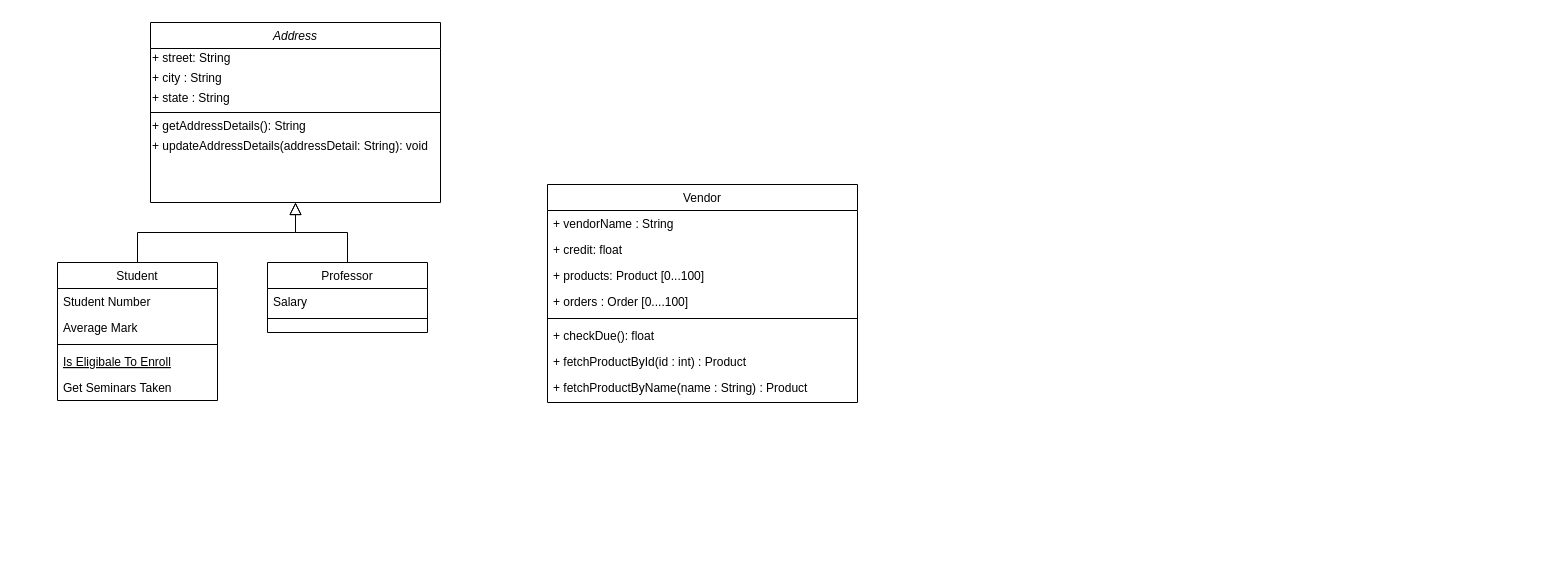
The draw.io diagram Untitled Diagram.drawio in akumar1997/First-Repository, before the edit. Source tidied: cells renumbered, new cells numbered last; positions are measured from the earlier drawing's top-left corner, leaving out a move shared by most shapes. Both pictures are drawn from the tidied source at 100%, with x=0, y=0 at pixel (57, 22).
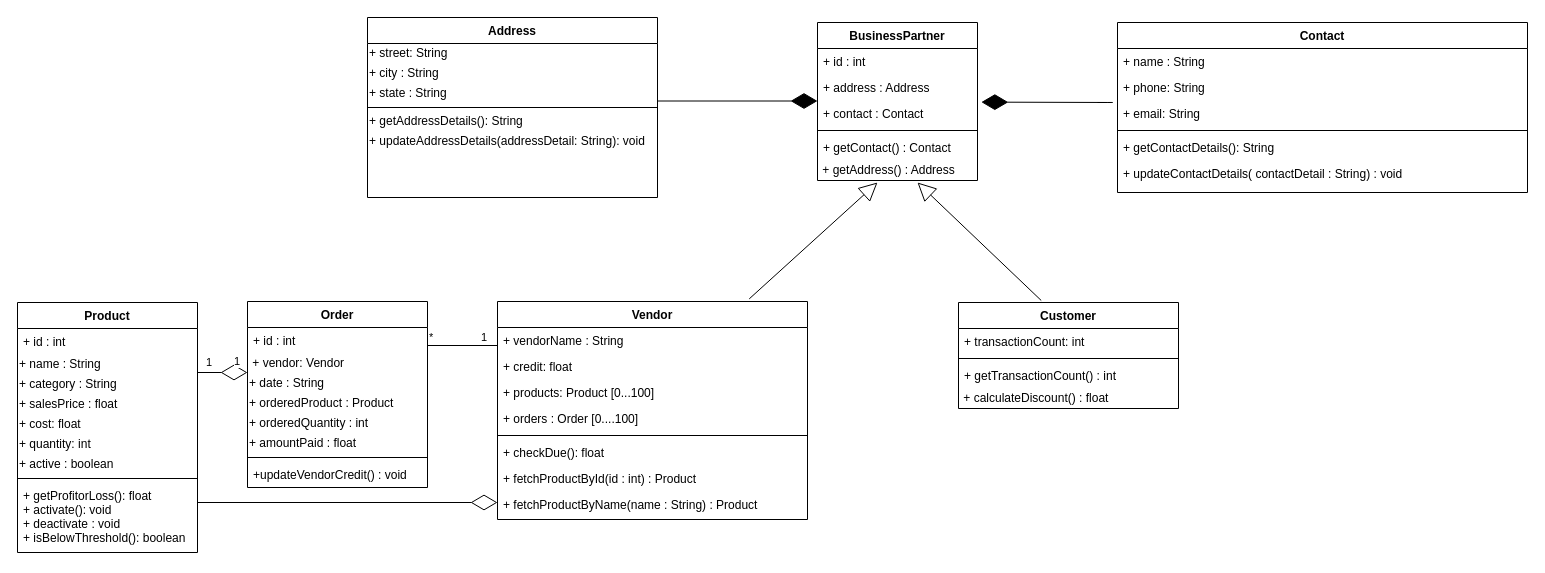
The same page after the edit.

Diff of the diagram source:
```diff
@@
-    <mxCell id="2" value="Address" style="swimlane;fontStyle=2;align=center;verticalAlign=top;horizontal=1;startSize=26;rounded=0;shadow=0;strokeWidth=1;" parent="1" vertex="1">
-      <mxGeometry x="93" width="290" height="180" as="geometry" />
+    <mxCell id="2" value="Address" style="swimlane;fontStyle=1;align=center;verticalAlign=top;horizontal=1;startSize=26;rounded=0;shadow=0;strokeWidth=1;" parent="1" vertex="1">
+      <mxGeometry x="310" y="-5" width="290" height="180" as="geometry" />
     </mxCell>
@@
-    <mxCell id="9" value="Student" style="swimlane;fontStyle=0;align=center;verticalAlign=top;horizontal=1;startSize=26;rounded=0;shadow=0;strokeWidth=1;" parent="1" vertex="1">
-      <mxGeometry y="240" width="160" height="138" as="geometry" />
-    </mxCell>
-    <mxCell id="10" value="Student Number" style="text;align=left;verticalAlign=top;spacingLeft=4;spacingRight=4;overflow=hidden;" parent="9" vertex="1">
-      <mxGeometry y="26" width="160" height="26" as="geometry" />
-    </mxCell>
-    <mxCell id="11" value="Average Mark" style="text;align=left;verticalAlign=top;spacingLeft=4;spacingRight=4;overflow=hidden;rounded=0;shadow=0;html=0;" parent="9" vertex="1">
-      <mxGeometry y="52" width="160" height="26" as="geometry" />
-    </mxCell>
-    <mxCell id="12" style="line;html=1;strokeWidth=1;align=left;verticalAlign=middle;spacingTop=-1;spacingLeft=3;spacingRight=3;labelPosition=right;" parent="9" vertex="1">
-      <mxGeometry y="78" width="160" height="8" as="geometry" />
-    </mxCell>
-    <mxCell id="13" value="Is Eligibale To Enroll" style="text;align=left;verticalAlign=top;spacingLeft=4;spacingRight=4;overflow=hidden;fontStyle=4;" parent="9" vertex="1">
-      <mxGeometry y="86" width="160" height="26" as="geometry" />
-    </mxCell>
-    <mxCell id="14" value="Get Seminars Taken" style="text;align=left;verticalAlign=top;spacingLeft=4;spacingRight=4;overflow=hidden;" parent="9" vertex="1">
-      <mxGeometry y="112" width="160" height="26" as="geometry" />
-    </mxCell>
-    <mxCell id="15" style="endArrow=block;endSize=10;endFill=0;shadow=0;strokeWidth=1;rounded=0;edgeStyle=elbowEdgeStyle;elbow=vertical;" parent="1" edge="1" source="9" target="2">
-      <mxGeometry relative="1" as="geometry" />
-    </mxCell>
-    <mxCell id="16" value="Professor" style="swimlane;fontStyle=0;align=center;verticalAlign=top;horizontal=1;startSize=26;rounded=0;shadow=0;strokeWidth=1;" parent="1" vertex="1">
-      <mxGeometry x="210" y="240" width="160" height="70" as="geometry" />
-    </mxCell>
-    <mxCell id="17" value="Salary" style="text;align=left;verticalAlign=top;spacingLeft=4;spacingRight=4;overflow=hidden;" parent="16" vertex="1">
-      <mxGeometry y="26" width="160" height="26" as="geometry" />
-    </mxCell>
-    <mxCell id="18" style="line;html=1;strokeWidth=1;align=left;verticalAlign=middle;spacingTop=-1;spacingLeft=3;spacingRight=3;labelPosition=right;" parent="16" vertex="1">
-      <mxGeometry y="52" width="160" height="8" as="geometry" />
-    </mxCell>
-    <mxCell id="19" style="endArrow=block;endSize=10;endFill=0;shadow=0;strokeWidth=1;rounded=0;edgeStyle=elbowEdgeStyle;elbow=vertical;" parent="1" edge="1" source="16" target="2">
-      <mxGeometry relative="1" as="geometry" />
-    </mxCell>
-    <mxCell id="20" value="Vendor" style="swimlane;fontStyle=0;align=center;verticalAlign=top;horizontal=1;startSize=26;rounded=0;shadow=0;strokeWidth=1;" parent="1" vertex="1">
-      <mxGeometry x="490" y="162" width="310" height="218" as="geometry" />
+    <mxCell id="20" value="Vendor" style="swimlane;fontStyle=1;align=center;verticalAlign=top;horizontal=1;startSize=26;rounded=0;shadow=0;strokeWidth=1;" parent="1" vertex="1">
+      <mxGeometry x="440" y="279" width="310" height="218" as="geometry" />
     </mxCell>
@@
+    <mxCell id="29" value="Contact" style="swimlane;fontStyle=1;align=center;verticalAlign=top;horizontal=1;startSize=26;rounded=0;shadow=0;strokeWidth=1;" parent="1" vertex="1">
+      <mxGeometry x="1060" width="410" height="170" as="geometry" />
+    </mxCell>
+    <mxCell id="30" value="+ name : String" style="text;align=left;verticalAlign=top;spacingLeft=4;spacingRight=4;overflow=hidden;" parent="29" vertex="1">
+      <mxGeometry y="26" width="410" height="26" as="geometry" />
+    </mxCell>
+    <mxCell id="31" value="+ phone: String" style="text;align=left;verticalAlign=top;spacingLeft=4;spacingRight=4;overflow=hidden;rounded=0;shadow=0;html=0;" parent="29" vertex="1">
+      <mxGeometry y="52" width="410" height="26" as="geometry" />
+    </mxCell>
+    <mxCell id="32" value="+ email: String" style="text;align=left;verticalAlign=top;spacingLeft=4;spacingRight=4;overflow=hidden;rounded=0;shadow=0;html=0;" parent="29" vertex="1">
+      <mxGeometry y="78" width="410" height="26" as="geometry" />
+    </mxCell>
+    <mxCell id="33" style="line;html=1;strokeWidth=1;align=left;verticalAlign=middle;spacingTop=-1;spacingLeft=3;spacingRight=3;labelPosition=right;" parent="29" vertex="1">
+      <mxGeometry y="104" width="410" height="8" as="geometry" />
+    </mxCell>
+    <mxCell id="34" value="+ getContactDetails(): String" style="text;align=left;verticalAlign=top;spacingLeft=4;spacingRight=4;overflow=hidden;" parent="29" vertex="1">
+      <mxGeometry y="112" width="410" height="26" as="geometry" />
+    </mxCell>
+    <mxCell id="35" value="+ updateContactDetails( contactDetail : String) : void" style="text;align=left;verticalAlign=top;spacingLeft=4;spacingRight=4;overflow=hidden;" parent="29" vertex="1">
+      <mxGeometry y="138" width="410" height="26" as="geometry" />
+    </mxCell>
+    <mxCell id="36" value="BusinessPartner" style="swimlane;fontStyle=1;align=center;verticalAlign=top;horizontal=1;startSize=26;" parent="1" vertex="1">
+      <mxGeometry x="760" width="160" height="158" as="geometry" />
+    </mxCell>
+    <mxCell id="37" value="+ id : int" style="text;strokeColor=none;fillColor=none;align=left;verticalAlign=top;spacingLeft=4;spacingRight=4;overflow=hidden;" parent="36" vertex="1">
+      <mxGeometry y="26" width="160" height="26" as="geometry" />
+    </mxCell>
+    <mxCell id="38" value="+ address : Address" style="text;strokeColor=none;fillColor=none;align=left;verticalAlign=top;spacingLeft=4;spacingRight=4;overflow=hidden;" parent="36" vertex="1">
+      <mxGeometry y="52" width="160" height="26" as="geometry" />
+    </mxCell>
+    <mxCell id="39" value="+ contact : Contact" style="text;strokeColor=none;fillColor=none;align=left;verticalAlign=top;spacingLeft=4;spacingRight=4;overflow=hidden;points=[[0,0.5],[1,0.5]];portConstraint=eastwest;" parent="36" vertex="1">
+      <mxGeometry y="78" width="160" height="26" as="geometry" />
+    </mxCell>
+    <mxCell id="40" style="line;strokeWidth=1;fillColor=none;align=left;verticalAlign=middle;spacingTop=-1;spacingLeft=3;spacingRight=3;labelPosition=right;" parent="36" vertex="1">
+      <mxGeometry y="104" width="160" height="8" as="geometry" />
+    </mxCell>
+    <mxCell id="41" value="+ getContact() : Contact" style="text;strokeColor=none;fillColor=none;align=left;verticalAlign=top;spacingLeft=4;spacingRight=4;overflow=hidden;" parent="36" vertex="1">
+      <mxGeometry y="112" width="160" height="26" as="geometry" />
+    </mxCell>
+    <mxCell id="42" value="&amp;nbsp;+ getAddress() : Address" style="text;html=1;align=left;verticalAlign=middle;" parent="36" vertex="1">
+      <mxGeometry y="138" width="160" height="20" as="geometry" />
+    </mxCell>
+    <mxCell id="43" value="Customer" style="swimlane;fontStyle=1;align=center;verticalAlign=top;horizontal=1;startSize=26;" parent="1" vertex="1">
+      <mxGeometry x="901" y="280" width="220" height="106" as="geometry" />
+    </mxCell>
+    <mxCell id="44" value="+ transactionCount: int" style="text;strokeColor=none;fillColor=none;align=left;verticalAlign=top;spacingLeft=4;spacingRight=4;overflow=hidden;" parent="43" vertex="1">
+      <mxGeometry y="26" width="220" height="26" as="geometry" />
+    </mxCell>
+    <mxCell id="45" style="line;strokeWidth=1;fillColor=none;align=left;verticalAlign=middle;spacingTop=-1;spacingLeft=3;spacingRight=3;labelPosition=right;" parent="43" vertex="1">
+      <mxGeometry y="52" width="220" height="8" as="geometry" />
+    </mxCell>
+    <mxCell id="46" value="+ getTransactionCount() : int" style="text;strokeColor=none;fillColor=none;align=left;verticalAlign=top;spacingLeft=4;spacingRight=4;overflow=hidden;" parent="43" vertex="1">
+      <mxGeometry y="60" width="220" height="26" as="geometry" />
+    </mxCell>
+    <mxCell id="47" value="&amp;nbsp;+ calculateDiscount() : float" style="text;html=1;align=left;verticalAlign=middle;" parent="43" vertex="1">
+      <mxGeometry y="86" width="220" height="20" as="geometry" />
+    </mxCell>
+    <mxCell id="48" value="Order" style="swimlane;fontStyle=1;align=center;verticalAlign=top;horizontal=1;startSize=26;" parent="1" vertex="1">
+      <mxGeometry x="190" y="279" width="180" height="186" as="geometry" />
+    </mxCell>
+    <mxCell id="49" value="+ id : int" style="text;strokeColor=none;fillColor=none;align=left;verticalAlign=top;spacingLeft=4;spacingRight=4;overflow=hidden;" parent="48" vertex="1">
+      <mxGeometry y="26" width="180" height="26" as="geometry" />
+    </mxCell>
+    <mxCell id="50" value="&amp;nbsp;+ vendor: Vendor" style="text;html=1;align=left;verticalAlign=middle;" parent="48" vertex="1">
+      <mxGeometry y="52" width="180" height="20" as="geometry" />
+    </mxCell>
+    <mxCell id="51" value="+ date : String" style="text;html=1;align=left;verticalAlign=middle;" parent="48" vertex="1">
+      <mxGeometry y="72" width="180" height="20" as="geometry" />
+    </mxCell>
+    <mxCell id="52" value="+ orderedProduct : Product" style="text;html=1;align=left;verticalAlign=middle;" parent="48" vertex="1">
+      <mxGeometry y="92" width="180" height="20" as="geometry" />
+    </mxCell>
+    <mxCell id="53" value="+ orderedQuantity : int" style="text;html=1;align=left;verticalAlign=middle;" parent="48" vertex="1">
+      <mxGeometry y="112" width="180" height="20" as="geometry" />
+    </mxCell>
+    <mxCell id="54" value="+ amountPaid : float" style="text;html=1;align=left;verticalAlign=middle;" parent="48" vertex="1">
+      <mxGeometry y="132" width="180" height="20" as="geometry" />
+    </mxCell>
+    <mxCell id="55" style="line;strokeWidth=1;fillColor=none;align=left;verticalAlign=middle;spacingTop=-1;spacingLeft=3;spacingRight=3;labelPosition=right;" parent="48" vertex="1">
+      <mxGeometry y="152" width="180" height="8" as="geometry" />
+    </mxCell>
+    <mxCell id="56" value="+updateVendorCredit() : void" style="text;strokeColor=none;fillColor=none;align=left;verticalAlign=top;spacingLeft=4;spacingRight=4;overflow=hidden;" parent="48" vertex="1">
+      <mxGeometry y="160" width="180" height="26" as="geometry" />
+    </mxCell>
+    <mxCell id="57" value="Product" style="swimlane;fontStyle=1;align=center;verticalAlign=top;horizontal=1;startSize=26;" parent="1" vertex="1">
+      <mxGeometry x="-40" y="280" width="180" height="250" as="geometry" />
+    </mxCell>
+    <mxCell id="58" value="+ id : int" style="text;strokeColor=none;fillColor=none;align=left;verticalAlign=top;spacingLeft=4;spacingRight=4;overflow=hidden;" parent="57" vertex="1">
+      <mxGeometry y="26" width="180" height="26" as="geometry" />
+    </mxCell>
+    <mxCell id="59" value="+ name : String" style="text;html=1;align=left;verticalAlign=middle;" parent="57" vertex="1">
+      <mxGeometry y="52" width="180" height="20" as="geometry" />
+    </mxCell>
+    <mxCell id="60" value="+ category : String" style="text;html=1;align=left;verticalAlign=middle;" parent="57" vertex="1">
+      <mxGeometry y="72" width="180" height="20" as="geometry" />
+    </mxCell>
+    <mxCell id="61" value="+ salesPrice : float" style="text;html=1;align=left;verticalAlign=middle;" parent="57" vertex="1">
+      <mxGeometry y="92" width="180" height="20" as="geometry" />
+    </mxCell>
+    <mxCell id="62" value="+ cost: float" style="text;html=1;align=left;verticalAlign=middle;" parent="57" vertex="1">
+      <mxGeometry y="112" width="180" height="20" as="geometry" />
+    </mxCell>
+    <mxCell id="63" value="+ quantity: int" style="text;html=1;align=left;verticalAlign=middle;" parent="57" vertex="1">
+      <mxGeometry y="132" width="180" height="20" as="geometry" />
+    </mxCell>
+    <mxCell id="64" value="+ active : boolean" style="text;html=1;align=left;verticalAlign=middle;" parent="57" vertex="1">
+      <mxGeometry y="152" width="180" height="20" as="geometry" />
+    </mxCell>
+    <mxCell id="65" style="line;strokeWidth=1;fillColor=none;align=left;verticalAlign=middle;spacingTop=-1;spacingLeft=3;spacingRight=3;labelPosition=right;" parent="57" vertex="1">
+      <mxGeometry y="172" width="180" height="8" as="geometry" />
+    </mxCell>
+    <mxCell id="66" value="+ getProfitorLoss(): float&#10;+ activate(): void&#10;+ deactivate : void&#10;+ isBelowThreshold(): boolean" style="text;strokeColor=none;fillColor=none;align=left;verticalAlign=top;spacingLeft=4;spacingRight=4;overflow=hidden;" parent="57" vertex="1">
+      <mxGeometry y="180" width="180" height="70" as="geometry" />
+    </mxCell>
+    <mxCell id="67" style="endArrow=diamondThin;endFill=1;endSize=24;html=1;" parent="1" edge="1">
+      <mxGeometry relative="1" as="geometry">
+        <mxPoint x="600" y="78.5" as="sourcePoint" />
+        <mxPoint x="760" y="78.5" as="targetPoint" />
+      </mxGeometry>
+    </mxCell>
+    <mxCell id="68" style="endArrow=diamondThin;endFill=1;endSize=24;html=1;entryX=1.024;entryY=0.062;entryDx=0;entryDy=0;entryPerimeter=0;" parent="1" edge="1" target="39">
+      <mxGeometry relative="1" as="geometry">
+        <mxPoint x="1040" y="80" as="sourcePoint" />
+        <Array as="points">
+          <mxPoint x="1060" y="80" />
+        </Array>
+      </mxGeometry>
+    </mxCell>
+    <mxCell id="69" style="endArrow=block;endSize=16;endFill=0;html=1;exitX=0.376;exitY=-0.019;exitDx=0;exitDy=0;exitPerimeter=0;" parent="1" edge="1" source="43">
+      <mxGeometry relative="1" as="geometry">
+        <mxPoint x="860" y="160" as="targetPoint" />
+      </mxGeometry>
+    </mxCell>
+    <mxCell id="70" style="endArrow=block;endSize=16;endFill=0;html=1;exitX=0.812;exitY=-0.012;exitDx=0;exitDy=0;exitPerimeter=0;" parent="1" edge="1" source="20">
+      <mxGeometry relative="1" as="geometry">
+        <mxPoint x="820" y="160" as="targetPoint" />
+      </mxGeometry>
+    </mxCell>
+    <mxCell id="71" style="endArrow=diamondThin;endFill=0;endSize=24;html=1;" parent="1" edge="1">
+      <mxGeometry relative="1" as="geometry">
+        <mxPoint x="140" y="480" as="sourcePoint" />
+        <mxPoint x="440" y="480" as="targetPoint" />
+      </mxGeometry>
+    </mxCell>
+    <mxCell id="72" style="endArrow=diamondThin;endFill=0;endSize=24;html=1;" parent="1" edge="1">
+      <mxGeometry relative="1" as="geometry">
+        <mxPoint x="140" y="350" as="sourcePoint" />
+        <mxPoint x="190" y="350" as="targetPoint" />
+      </mxGeometry>
+    </mxCell>
+    <mxCell id="73" style="endArrow=none;html=1;edgeStyle=orthogonalEdgeStyle;" parent="1" edge="1">
+      <mxGeometry relative="1" as="geometry">
+        <mxPoint x="370" y="323" as="sourcePoint" />
+        <mxPoint x="440" y="323" as="targetPoint" />
+      </mxGeometry>
+    </mxCell>
+    <mxCell id="74" value="*" style="edgeLabel;html=1;align=left;verticalAlign=bottom;" parent="73" vertex="1">
+      <mxGeometry x="-1" relative="1" as="geometry" />
+    </mxCell>
+    <mxCell id="75" value="1" style="edgeLabel;html=1;align=right;verticalAlign=bottom;" parent="73" vertex="1">
+      <mxGeometry x="1" relative="1" as="geometry">
+        <mxPoint x="-10" as="offset" />
+      </mxGeometry>
+    </mxCell>
+    <mxCell id="76" value="1" style="edgeLabel;html=1;align=right;verticalAlign=bottom;" parent="1" vertex="1">
+      <mxGeometry x="170" y="320" as="geometry">
+        <mxPoint x="13" y="27" as="offset" />
+      </mxGeometry>
+    </mxCell>
+    <mxCell id="77" value="1" style="edgeLabel;html=1;align=right;verticalAlign=bottom;" parent="1" vertex="1">
+      <mxGeometry x="150" y="330" as="geometry">
+        <mxPoint x="5" y="18" as="offset" />
+      </mxGeometry>
+    </mxCell>
```
